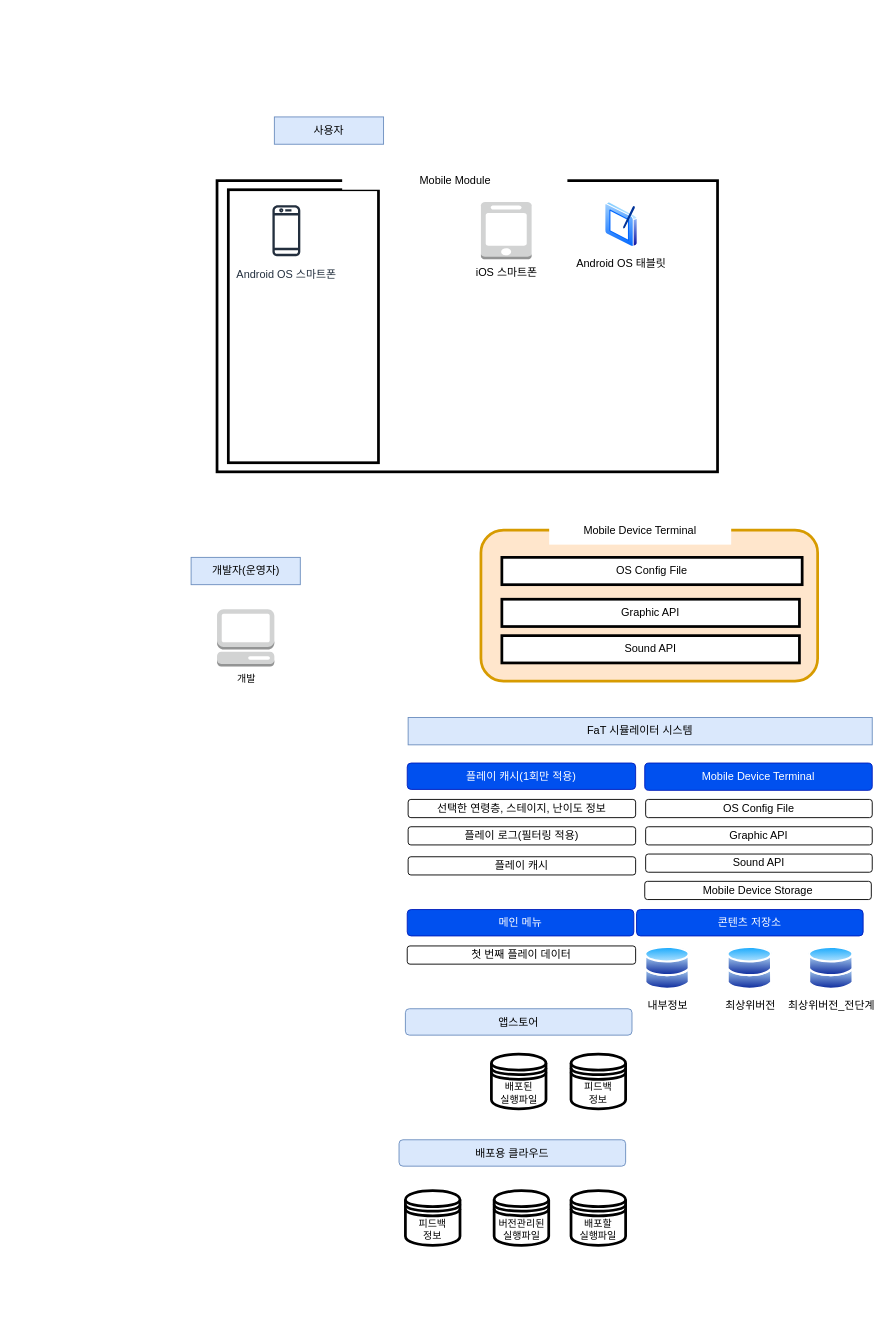
This is page "Page-1" (1 of 7) of Copy of 시스템구조도.drawio from StrongCatWill/FaT, a draw.io file, before an edit. Source tidied: cells renumbered, new cells numbered last; positions are measured from the earlier drawing's top-left corner, leaving out a move shared by most shapes. Both pictures are drawn from the tidied source at 91%, with x=0, y=0 at pixel (191, 116).
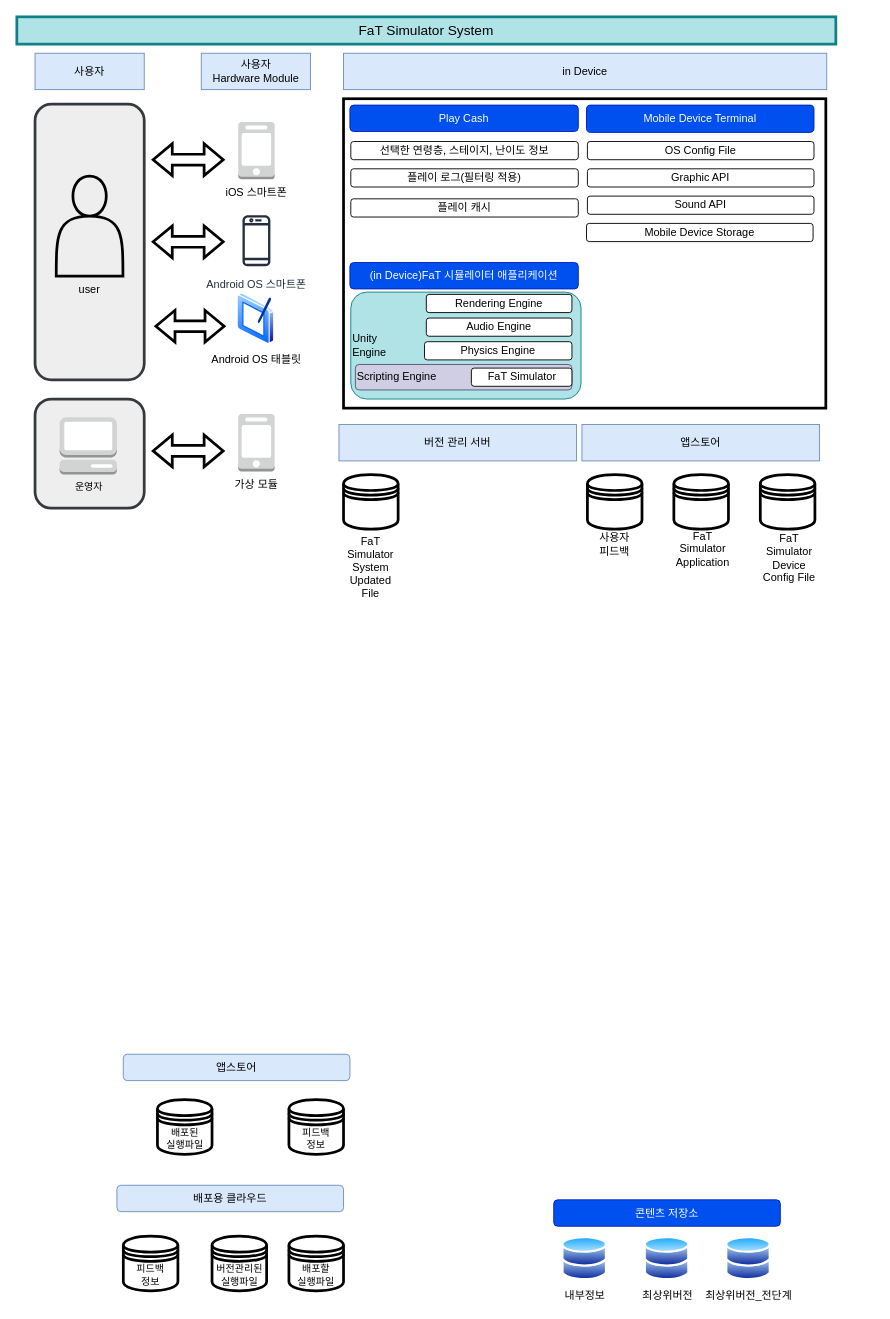
The same page after the edit.

Diff of the diagram source:
```diff
@@
-    <mxCell id="2" style="group;" parent="1" vertex="1">
-      <mxGeometry x="28" y="50" width="550" height="340" as="geometry" />
-    </mxCell>
-    <mxCell id="3" style="group;" parent="2" vertex="1">
-      <mxGeometry y="10" width="550" height="330" as="geometry" />
-    </mxCell>
-    <mxCell id="4" style="rounded=0;whiteSpace=wrap;html=1;fillColor=none;strokeWidth=3;" parent="3" vertex="1">
-      <mxGeometry x="12.4" y="20" width="165" height="300" as="geometry" />
-    </mxCell>
-    <mxCell id="5" style="rounded=0;whiteSpace=wrap;html=1;strokeWidth=3;fillColor=none;" parent="3" vertex="1">
-      <mxGeometry y="10" width="550" height="320" as="geometry" />
-    </mxCell>
-    <mxCell id="6" value="Mobile Module" style="text;html=1;strokeColor=none;fillColor=default;align=center;verticalAlign=middle;whiteSpace=wrap;rounded=0;" parent="3" vertex="1">
-      <mxGeometry x="137.5" width="247.5" height="20" as="geometry" />
-    </mxCell>
-    <mxCell id="7" value="Android OS 스마트폰" style="sketch=0;fontColor=#232F3E;gradientColor=none;strokeColor=#232F3E;fillColor=#ffffff;dashed=0;verticalLabelPosition=bottom;verticalAlign=top;align=center;html=1;fontSize=12;fontStyle=0;shape=mxgraph.aws4.resourceIcon;resIcon=mxgraph.aws4.mobile_client;" parent="3" vertex="1">
-      <mxGeometry x="41.2" y="30" width="70" height="70" as="geometry" />
-    </mxCell>
-    <mxCell id="8" value="iOS 스마트폰" style="dashed=0;verticalLabelPosition=bottom;verticalAlign=top;align=center;html=1;shape=mxgraph.aws3.mobile_client;fillColor=#D2D3D3;gradientColor=none;" parent="3" vertex="1">
-      <mxGeometry x="290" y="33.5" width="55.7" height="63" as="geometry" />
-    </mxCell>
-    <mxCell id="9" value="Android OS 태블릿" style="image;perimeter=ellipsePerimeter;html=1;align=center;shadow=0;dashed=0;spacingTop=3;image=img/lib/active_directory/tablet_pc.svg;" parent="3" vertex="1">
-      <mxGeometry x="426.2" y="33.5" width="36.5" height="50" as="geometry" />
-    </mxCell>
+    <mxCell id="41" style="rounded=0;whiteSpace=wrap;html=1;strokeColor=default;strokeWidth=3;fontFamily=Helvetica;fontSize=12;fontColor=default;fillColor=none;" parent="1" vertex="1">
+      <mxGeometry x="167" y="-20" width="530" height="340" as="geometry" />
+    </mxCell>
+    <mxCell id="42" value="Unity&lt;br&gt;Engine" style="rounded=1;whiteSpace=wrap;html=1;align=left;fillColor=#b0e3e6;strokeColor=#0e8088;" parent="1" vertex="1">
+      <mxGeometry x="175" y="192.5" width="253" height="117.5" as="geometry" />
+    </mxCell>
+    <mxCell id="43" style="rounded=1;whiteSpace=wrap;html=1;strokeColor=#36393d;strokeWidth=3;fontFamily=Helvetica;fontSize=12;fillColor=#eeeeee;" parent="1" vertex="1">
+      <mxGeometry x="-172" y="310" width="120" height="120" as="geometry" />
+    </mxCell>
+    <mxCell id="44" style="rounded=1;whiteSpace=wrap;html=1;strokeColor=#36393d;strokeWidth=3;fontFamily=Helvetica;fontSize=12;fillColor=#eeeeee;" parent="1" vertex="1">
+      <mxGeometry x="-172" y="-14" width="120" height="303" as="geometry" />
+    </mxCell>
-    <mxCell id="10" value="사용자" style="rounded=0;whiteSpace=wrap;html=1;fillColor=#dae8fc;strokeColor=#6c8ebf;" parent="1" vertex="1">
-      <mxGeometry x="91" width="120" height="30" as="geometry" />
+    <mxCell id="10" value="사용자 &lt;br&gt;Hardware Module" style="rounded=0;whiteSpace=wrap;html=1;fillColor=#dae8fc;strokeColor=#6c8ebf;" parent="1" vertex="1">
+      <mxGeometry x="10.7" y="-70" width="120" height="40" as="geometry" />
     </mxCell>
-    <mxCell id="11" value="FaT 시뮬레이터 시스템" style="rounded=0;whiteSpace=wrap;html=1;fillColor=#dae8fc;strokeColor=#6c8ebf;" parent="1" vertex="1">
-      <mxGeometry x="238" y="660" width="510" height="30" as="geometry" />
+    <mxCell id="11" value="&lt;font style=&quot;font-size: 15px;&quot;&gt;FaT Simulator System&lt;/font&gt;" style="rounded=0;whiteSpace=wrap;html=1;fillColor=#b0e3e6;strokeColor=#0e8088;strokeWidth=3;" parent="1" vertex="1">
+      <mxGeometry x="-192" y="-110" width="900" height="30" as="geometry" />
     </mxCell>
     <mxCell id="12" value="콘텐츠 저장소" style="rounded=1;whiteSpace=wrap;html=1;fillColor=#0050ef;strokeColor=#001DBC;fontColor=#ffffff;" parent="1" vertex="1">
-      <mxGeometry x="489" y="871" width="249" height="29" as="geometry" />
+      <mxGeometry x="398" y="1190" width="249" height="29" as="geometry" />
     </mxCell>
     <mxCell id="13" value="최상위버전&lt;br&gt;" style="image;perimeter=ellipsePerimeter;html=1;align=center;shadow=0;dashed=0;spacingTop=3;image=img/lib/active_directory/databases.svg;" parent="1" vertex="1">
-      <mxGeometry x="588.5" y="911" width="50" height="49" as="geometry" />
+      <mxGeometry x="497.5" y="1230" width="50" height="49" as="geometry" />
     </mxCell>
     <mxCell id="14" value="Mobile Device Terminal" style="rounded=1;whiteSpace=wrap;html=1;fillColor=#0050ef;strokeColor=#001DBC;fontColor=#ffffff;" parent="1" vertex="1">
-      <mxGeometry x="498" y="710" width="250" height="30" as="geometry" />
+      <mxGeometry x="434" y="-13" width="250" height="30" as="geometry" />
     </mxCell>
     <mxCell id="15" value="Graphic API" style="rounded=1;whiteSpace=wrap;html=1;" parent="1" vertex="1">
-      <mxGeometry x="499" y="780" width="249" height="20" as="geometry" />
+      <mxGeometry x="435" y="57" width="249" height="20" as="geometry" />
     </mxCell>
     <mxCell id="16" value="OS Config File" style="rounded=1;whiteSpace=wrap;html=1;" parent="1" vertex="1">
-      <mxGeometry x="499" y="750" width="249" height="20" as="geometry" />
+      <mxGeometry x="435" y="27" width="249" height="20" as="geometry" />
     </mxCell>
     <mxCell id="17" value="Sound API" style="rounded=1;whiteSpace=wrap;html=1;" parent="1" vertex="1">
-      <mxGeometry x="499" y="810" width="249" height="20" as="geometry" />
+      <mxGeometry x="435" y="87" width="249" height="20" as="geometry" />
     </mxCell>
     <mxCell id="18" value="내부정보" style="image;perimeter=ellipsePerimeter;html=1;align=center;shadow=0;dashed=0;spacingTop=3;image=img/lib/active_directory/databases.svg;" parent="1" vertex="1">
-      <mxGeometry x="498" y="911" width="50" height="49" as="geometry" />
+      <mxGeometry x="407" y="1230" width="50" height="49" as="geometry" />
     </mxCell>
     <mxCell id="19" value="최상위버전_전단계" style="image;perimeter=ellipsePerimeter;html=1;align=center;shadow=0;dashed=0;spacingTop=3;image=img/lib/active_directory/databases.svg;" parent="1" vertex="1">
-      <mxGeometry x="678" y="911" width="50" height="49" as="geometry" />
+      <mxGeometry x="587" y="1230" width="50" height="49" as="geometry" />
     </mxCell>
-    <mxCell id="20" value="메인 메뉴" style="rounded=1;whiteSpace=wrap;html=1;fillColor=#0050ef;strokeColor=#001DBC;fontColor=#ffffff;" parent="1" vertex="1">
-      <mxGeometry x="237" y="871" width="249" height="29" as="geometry" />
+    <mxCell id="20" value="(in Device)FaT 시뮬레이터 애플리케이션" style="rounded=1;whiteSpace=wrap;html=1;fillColor=#0050ef;strokeColor=#001DBC;fontColor=#ffffff;" parent="1" vertex="1">
+      <mxGeometry x="174" y="160" width="251" height="29" as="geometry" />
     </mxCell>
-    <mxCell id="21" value="첫 번째 플레이 데이터" style="rounded=1;whiteSpace=wrap;html=1;" parent="1" vertex="1">
-      <mxGeometry x="237" y="911" width="251" height="20" as="geometry" />
+    <mxCell id="21" value="Rendering Engine" style="rounded=1;whiteSpace=wrap;html=1;" parent="1" vertex="1">
+      <mxGeometry x="258" y="195" width="160" height="20" as="geometry" />
     </mxCell>
-    <mxCell id="22" value="플레이 캐시(1회만 적용)" style="rounded=1;whiteSpace=wrap;html=1;fillColor=#0050ef;strokeColor=#001DBC;fontColor=#ffffff;" parent="1" vertex="1">
-      <mxGeometry x="237" y="710" width="251" height="29" as="geometry" />
+    <mxCell id="22" value="Play Cash" style="rounded=1;whiteSpace=wrap;html=1;fillColor=#0050ef;strokeColor=#001DBC;fontColor=#ffffff;" parent="1" vertex="1">
+      <mxGeometry x="174" y="-13" width="251" height="29" as="geometry" />
     </mxCell>
-    <mxCell id="23" value="개발자(운영자)" style="rounded=0;whiteSpace=wrap;html=1;fillColor=#dae8fc;strokeColor=#6c8ebf;" parent="1" vertex="1">
-      <mxGeometry x="-0.5" y="484" width="120" height="30" as="geometry" />
-    </mxCell>
     <mxCell id="24" value="피드백&lt;br&gt;정보" style="shape=datastore;whiteSpace=wrap;html=1;fontFamily=Helvetica;fontSize=11;fontColor=default;strokeWidth=3;" parent="1" vertex="1">
-      <mxGeometry x="417" y="1030" width="60" height="60" as="geometry" />
+      <mxGeometry x="107" y="1080" width="60" height="60" as="geometry" />
     </mxCell>
-    <mxCell id="25" value="개발" style="dashed=0;verticalLabelPosition=bottom;verticalAlign=top;align=center;html=1;shape=mxgraph.aws3.management_console;fillColor=#D2D3D3;gradientColor=none;fontFamily=Helvetica;fontSize=11;fontColor=default;" parent="1" vertex="1">
-      <mxGeometry x="28" y="541" width="63" height="63" as="geometry" />
+    <mxCell id="25" value="운영자" style="dashed=0;verticalLabelPosition=bottom;verticalAlign=top;align=center;html=1;shape=mxgraph.aws3.management_console;fillColor=#D2D3D3;gradientColor=none;fontFamily=Helvetica;fontSize=11;fontColor=default;" parent="1" vertex="1">
+      <mxGeometry x="-145" y="330" width="63" height="63" as="geometry" />
     </mxCell>
     <mxCell id="26" value="앱스토어" style="rounded=1;whiteSpace=wrap;html=1;fillColor=#dae8fc;strokeColor=#6c8ebf;" parent="1" vertex="1">
-      <mxGeometry x="235" y="980" width="249" height="29" as="geometry" />
+      <mxGeometry x="-75" y="1030" width="249" height="29" as="geometry" />
     </mxCell>
     <mxCell id="27" value="배포된&lt;br&gt;실행파일" style="shape=datastore;whiteSpace=wrap;html=1;fontFamily=Helvetica;fontSize=11;fontColor=default;strokeWidth=3;" parent="1" vertex="1">
-      <mxGeometry x="329.5" y="1030" width="60" height="60" as="geometry" />
+      <mxGeometry x="-37.5" y="1080" width="60" height="60" as="geometry" />
     </mxCell>
     <mxCell id="28" value="배포용 클라우드" style="rounded=1;whiteSpace=wrap;html=1;fillColor=#dae8fc;strokeColor=#6c8ebf;" parent="1" vertex="1">
-      <mxGeometry x="228" y="1124" width="249" height="29" as="geometry" />
+      <mxGeometry x="-82" y="1174" width="249" height="29" as="geometry" />
     </mxCell>
     <mxCell id="29" value="피드백&lt;br&gt;정보" style="shape=datastore;whiteSpace=wrap;html=1;fontFamily=Helvetica;fontSize=11;fontColor=default;strokeWidth=3;" parent="1" vertex="1">
-      <mxGeometry x="235" y="1180" width="60" height="60" as="geometry" />
+      <mxGeometry x="-75" y="1230" width="60" height="60" as="geometry" />
     </mxCell>
     <mxCell id="30" value="버전관리된&lt;br&gt;실행파일" style="shape=datastore;whiteSpace=wrap;html=1;fontFamily=Helvetica;fontSize=11;fontColor=default;strokeWidth=3;" parent="1" vertex="1">
-      <mxGeometry x="332.5" y="1180" width="60" height="60" as="geometry" />
+      <mxGeometry x="22.5" y="1230" width="60" height="60" as="geometry" />
     </mxCell>
     <mxCell id="31" value="배포할 &lt;br&gt;실행파일" style="shape=datastore;whiteSpace=wrap;html=1;fontFamily=Helvetica;fontSize=11;fontColor=default;strokeWidth=3;" parent="1" vertex="1">
-      <mxGeometry x="417" y="1180" width="60" height="60" as="geometry" />
+      <mxGeometry x="107" y="1230" width="60" height="60" as="geometry" />
     </mxCell>
     <mxCell id="32" value="선택한 연령층, 스테이지, 난이도 정보" style="rounded=1;whiteSpace=wrap;html=1;" parent="1" vertex="1">
-      <mxGeometry x="238" y="750" width="250" height="20" as="geometry" />
+      <mxGeometry x="175" y="27" width="250" height="20" as="geometry" />
     </mxCell>
     <mxCell id="33" value="플레이 로그(필터링 적용)" style="rounded=1;whiteSpace=wrap;html=1;" parent="1" vertex="1">
-      <mxGeometry x="238" y="780" width="250" height="20" as="geometry" />
+      <mxGeometry x="175" y="57" width="250" height="20" as="geometry" />
     </mxCell>
     <mxCell id="34" value="플레이 캐시" style="rounded=1;whiteSpace=wrap;html=1;" parent="1" vertex="1">
-      <mxGeometry x="238" y="813" width="250" height="20" as="geometry" />
+      <mxGeometry x="175" y="90" width="250" height="20" as="geometry" />
     </mxCell>
-    <mxCell id="35" style="rounded=1;whiteSpace=wrap;html=1;strokeColor=#d79b00;strokeWidth=3;fontFamily=Helvetica;fontSize=12;fillColor=#ffe6cc;" parent="1" vertex="1">
-      <mxGeometry x="318" y="454" width="370" height="166" as="geometry" />
-    </mxCell>
-    <mxCell id="36" value="Mobile Device Terminal" style="text;html=1;strokeColor=none;fillColor=default;align=center;verticalAlign=middle;whiteSpace=wrap;rounded=0;fontSize=12;fontFamily=Helvetica;fontColor=default;" parent="1" vertex="1">
-      <mxGeometry x="393" y="440" width="200" height="30" as="geometry" />
-    </mxCell>
-    <mxCell id="37" value="OS Config File" style="rounded=0;whiteSpace=wrap;html=1;strokeWidth=3;fontFamily=Helvetica;fontSize=12;" parent="1" vertex="1">
-      <mxGeometry x="341" y="484" width="330" height="30" as="geometry" />
-    </mxCell>
-    <mxCell id="38" value="Graphic API" style="rounded=0;whiteSpace=wrap;html=1;strokeWidth=3;fontFamily=Helvetica;fontSize=12;" parent="1" vertex="1">
-      <mxGeometry x="341" y="530" width="327" height="30" as="geometry" />
-    </mxCell>
-    <mxCell id="39" value="Sound API" style="rounded=0;whiteSpace=wrap;html=1;strokeWidth=3;fontFamily=Helvetica;fontSize=12;" parent="1" vertex="1">
-      <mxGeometry x="341" y="570" width="327" height="30" as="geometry" />
-    </mxCell>
     <mxCell id="40" value="Mobile Device Storage" style="rounded=1;whiteSpace=wrap;html=1;" parent="1" vertex="1">
-      <mxGeometry x="498" y="840" width="249" height="20" as="geometry" />
+      <mxGeometry x="434" y="117" width="249" height="20" as="geometry" />
     </mxCell>
+    <mxCell id="7" value="Android OS 스마트폰" style="sketch=0;fontColor=#232F3E;gradientColor=none;strokeColor=#232F3E;fillColor=none;dashed=0;verticalLabelPosition=bottom;verticalAlign=top;align=center;html=1;fontSize=12;fontStyle=0;shape=mxgraph.aws4.resourceIcon;resIcon=mxgraph.aws4.mobile_client;" parent="1" vertex="1">
+      <mxGeometry x="36.3" y="101" width="70" height="70" as="geometry" />
+    </mxCell>
+    <mxCell id="8" value="iOS 스마트폰" style="dashed=0;verticalLabelPosition=bottom;verticalAlign=top;align=center;html=1;shape=mxgraph.aws3.mobile_client;fillColor=#D2D3D3;gradientColor=none;" parent="1" vertex="1">
+      <mxGeometry x="51.3" y="5.5" width="40" height="63" as="geometry" />
+    </mxCell>
+    <mxCell id="9" value="Android OS 태블릿" style="image;perimeter=ellipsePerimeter;html=1;align=center;shadow=0;dashed=0;spacingTop=3;image=img/lib/active_directory/tablet_pc.svg;" parent="1" vertex="1">
+      <mxGeometry x="50.1" y="193.5" width="41.2" height="56.5" as="geometry" />
+    </mxCell>
+    <mxCell id="45" value="Audio Engine" style="rounded=1;whiteSpace=wrap;html=1;" parent="1" vertex="1">
+      <mxGeometry x="258" y="221" width="160" height="20" as="geometry" />
+    </mxCell>
+    <mxCell id="46" value="Physics Engine" style="rounded=1;whiteSpace=wrap;html=1;" parent="1" vertex="1">
+      <mxGeometry x="256" y="247" width="162" height="20" as="geometry" />
+    </mxCell>
+    <mxCell id="47" value="가상 모듈" style="dashed=0;verticalLabelPosition=bottom;verticalAlign=top;align=center;html=1;shape=mxgraph.aws3.mobile_client;fillColor=#D2D3D3;gradientColor=none;" parent="1" vertex="1">
+      <mxGeometry x="51.3" y="326.5" width="40" height="63" as="geometry" />
+    </mxCell>
+    <mxCell id="48" style="shape=flexArrow;endArrow=classic;startArrow=classic;html=1;rounded=0;fontFamily=Helvetica;fontSize=12;fontColor=default;strokeWidth=3;" parent="1" edge="1">
+      <mxGeometry relative="1" as="geometry">
+        <mxPoint x="-43.7" y="47" as="sourcePoint" />
+        <mxPoint x="36.3" y="47" as="targetPoint" />
+      </mxGeometry>
+    </mxCell>
+    <mxCell id="49" style="shape=flexArrow;endArrow=classic;startArrow=classic;html=1;rounded=0;fontFamily=Helvetica;fontSize=12;fontColor=default;strokeWidth=3;" parent="1" edge="1">
+      <mxGeometry relative="1" as="geometry">
+        <mxPoint x="-43.7" y="137.2" as="sourcePoint" />
+        <mxPoint x="36.3" y="137.2" as="targetPoint" />
+      </mxGeometry>
+    </mxCell>
+    <mxCell id="50" style="shape=flexArrow;endArrow=classic;startArrow=classic;html=1;rounded=0;fontFamily=Helvetica;fontSize=12;fontColor=default;strokeWidth=3;exitX=1.004;exitY=0.117;exitDx=0;exitDy=0;exitPerimeter=0;" parent="1" edge="1">
+      <mxGeometry relative="1" as="geometry">
+        <mxPoint x="-40.7" y="230" as="sourcePoint" />
+        <mxPoint x="37.3" y="230" as="targetPoint" />
+      </mxGeometry>
+    </mxCell>
+    <mxCell id="51" style="shape=actor;whiteSpace=wrap;html=1;rounded=0;strokeColor=default;strokeWidth=3;fontFamily=Helvetica;fontSize=12;fontColor=default;fillColor=none;" parent="1" vertex="1">
+      <mxGeometry x="-148.7" y="65" width="73.3" height="110" as="geometry" />
+    </mxCell>
+    <mxCell id="52" value="user" style="text;html=1;strokeColor=none;fillColor=none;align=center;verticalAlign=middle;whiteSpace=wrap;rounded=0;fontSize=12;fontFamily=Helvetica;fontColor=default;" parent="1" vertex="1">
+      <mxGeometry x="-142" y="175" width="60" height="30" as="geometry" />
+    </mxCell>
+    <mxCell id="53" value="사용자" style="rounded=0;whiteSpace=wrap;html=1;fillColor=#dae8fc;strokeColor=#6c8ebf;" parent="1" vertex="1">
+      <mxGeometry x="-172" y="-70" width="120" height="40" as="geometry" />
+    </mxCell>
+    <mxCell id="54" style="shape=flexArrow;endArrow=classic;startArrow=classic;html=1;rounded=0;fontFamily=Helvetica;fontSize=12;fontColor=default;strokeWidth=3;" parent="1" edge="1">
+      <mxGeometry relative="1" as="geometry">
+        <mxPoint x="-43.7" y="367" as="sourcePoint" />
+        <mxPoint x="36.3" y="367" as="targetPoint" />
+      </mxGeometry>
+    </mxCell>
+    <mxCell id="55" value="in Device" style="rounded=0;whiteSpace=wrap;html=1;fillColor=#dae8fc;strokeColor=#6c8ebf;" parent="1" vertex="1">
+      <mxGeometry x="167" y="-70" width="531" height="40" as="geometry" />
+    </mxCell>
+    <mxCell id="56" value="앱스토어" style="rounded=0;whiteSpace=wrap;html=1;fillColor=#dae8fc;strokeColor=#6c8ebf;" parent="1" vertex="1">
+      <mxGeometry x="429" y="338" width="261" height="40" as="geometry" />
+    </mxCell>
+    <mxCell id="57" style="shape=datastore;whiteSpace=wrap;html=1;rounded=0;strokeColor=default;strokeWidth=3;fontFamily=Helvetica;fontSize=12;fontColor=default;fillColor=none;" parent="1" vertex="1">
+      <mxGeometry x="530" y="393" width="60" height="60" as="geometry" />
+    </mxCell>
+    <mxCell id="58" value="FaT&lt;br&gt;Simulator&lt;br&gt;Application" style="text;html=1;strokeColor=none;fillColor=none;align=center;verticalAlign=middle;whiteSpace=wrap;rounded=0;fontSize=12;fontFamily=Helvetica;fontColor=default;" parent="1" vertex="1">
+      <mxGeometry x="532" y="460" width="60" height="30" as="geometry" />
+    </mxCell>
+    <mxCell id="59" style="group;" parent="1" vertex="1">
+      <mxGeometry x="435" y="393" width="60" height="92" as="geometry" />
+    </mxCell>
+    <mxCell id="60" style="shape=datastore;whiteSpace=wrap;html=1;rounded=0;strokeColor=default;strokeWidth=3;fontFamily=Helvetica;fontSize=12;fontColor=default;fillColor=none;" parent="59" vertex="1">
+      <mxGeometry width="60" height="60" as="geometry" />
+    </mxCell>
+    <mxCell id="61" value="사용자&lt;br&gt;피드백" style="text;html=1;strokeColor=none;fillColor=none;align=center;verticalAlign=middle;whiteSpace=wrap;rounded=0;fontSize=12;fontFamily=Helvetica;fontColor=default;" parent="59" vertex="1">
+      <mxGeometry y="62" width="60" height="30" as="geometry" />
+    </mxCell>
+    <mxCell id="62" style="shape=datastore;whiteSpace=wrap;html=1;rounded=0;strokeColor=default;strokeWidth=3;fontFamily=Helvetica;fontSize=12;fontColor=default;fillColor=none;" parent="1" vertex="1">
+      <mxGeometry x="625" y="393" width="60" height="60" as="geometry" />
+    </mxCell>
+    <mxCell id="63" value="FaT Simulator&lt;br&gt;Device Config File" style="text;html=1;strokeColor=none;fillColor=none;align=center;verticalAlign=middle;whiteSpace=wrap;rounded=0;fontSize=12;fontFamily=Helvetica;fontColor=default;" parent="1" vertex="1">
+      <mxGeometry x="627" y="470" width="60" height="30" as="geometry" />
+    </mxCell>
+    <mxCell id="64" value="버전 관리 서버" style="rounded=0;whiteSpace=wrap;html=1;fillColor=#dae8fc;strokeColor=#6c8ebf;" parent="1" vertex="1">
+      <mxGeometry x="162" y="338" width="261" height="40" as="geometry" />
+    </mxCell>
+    <mxCell id="65" style="group;" parent="1" vertex="1">
+      <mxGeometry x="167" y="393" width="60" height="92" as="geometry" />
+    </mxCell>
+    <mxCell id="66" style="shape=datastore;whiteSpace=wrap;html=1;rounded=0;strokeColor=default;strokeWidth=3;fontFamily=Helvetica;fontSize=12;fontColor=default;fillColor=none;" parent="65" vertex="1">
+      <mxGeometry width="60" height="60" as="geometry" />
+    </mxCell>
+    <mxCell id="67" value="FaT&lt;br&gt;Simulator&lt;br&gt;System&lt;br&gt;Updated File" style="text;html=1;strokeColor=none;fillColor=none;align=center;verticalAlign=middle;whiteSpace=wrap;rounded=0;fontSize=12;fontFamily=Helvetica;fontColor=default;" parent="1" vertex="1">
+      <mxGeometry x="167" y="480" width="60" height="30" as="geometry" />
+    </mxCell>
+    <mxCell id="68" value="Scripting Engine" style="rounded=1;whiteSpace=wrap;html=1;align=left;fillColor=#d0cee2;strokeColor=#56517e;" parent="1" vertex="1">
+      <mxGeometry x="180" y="272" width="238" height="28" as="geometry" />
+    </mxCell>
+    <mxCell id="69" value="FaT Simulator" style="rounded=1;whiteSpace=wrap;html=1;" parent="1" vertex="1">
+      <mxGeometry x="307.5" y="276" width="110.5" height="20" as="geometry" />
+    </mxCell>
```
